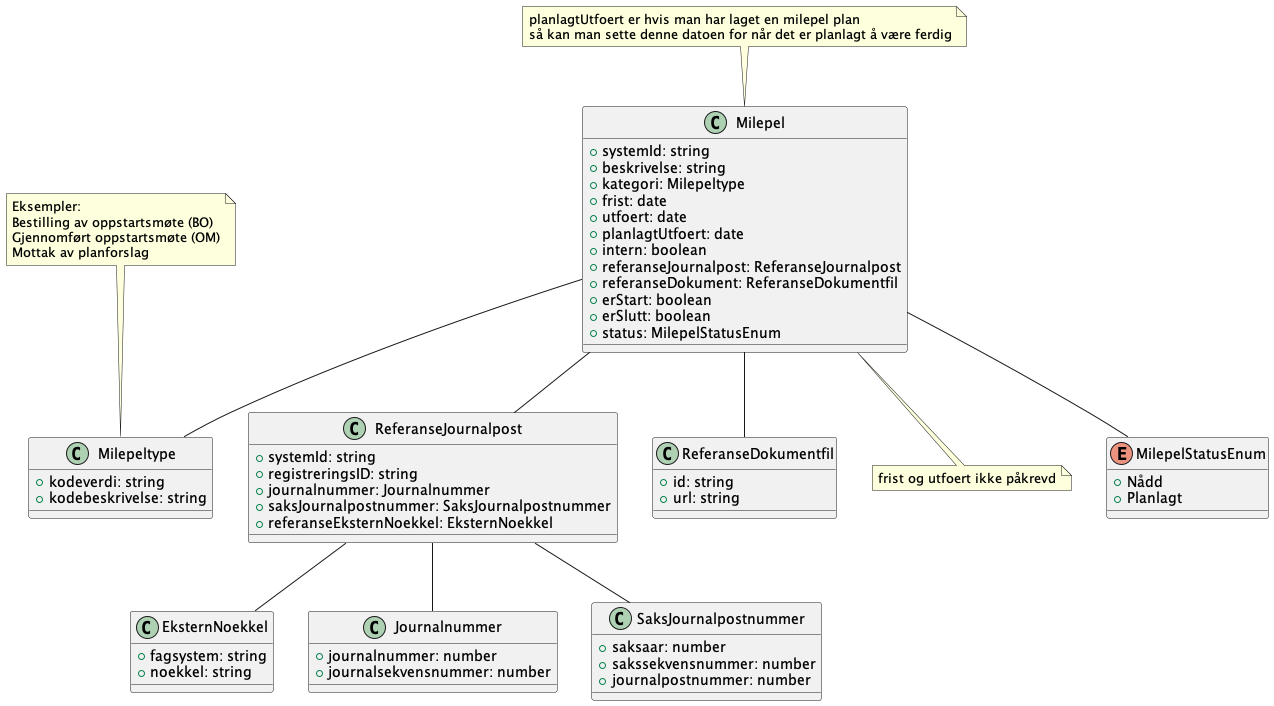
The PlantUML diagram Dokumentasjon/V1/ClassDiagrams/no.ks.fiks.saksfaser.v1.felles.milepel/classdiagram.png in ks-no/fiks-saksfaser-specification, before a commit.
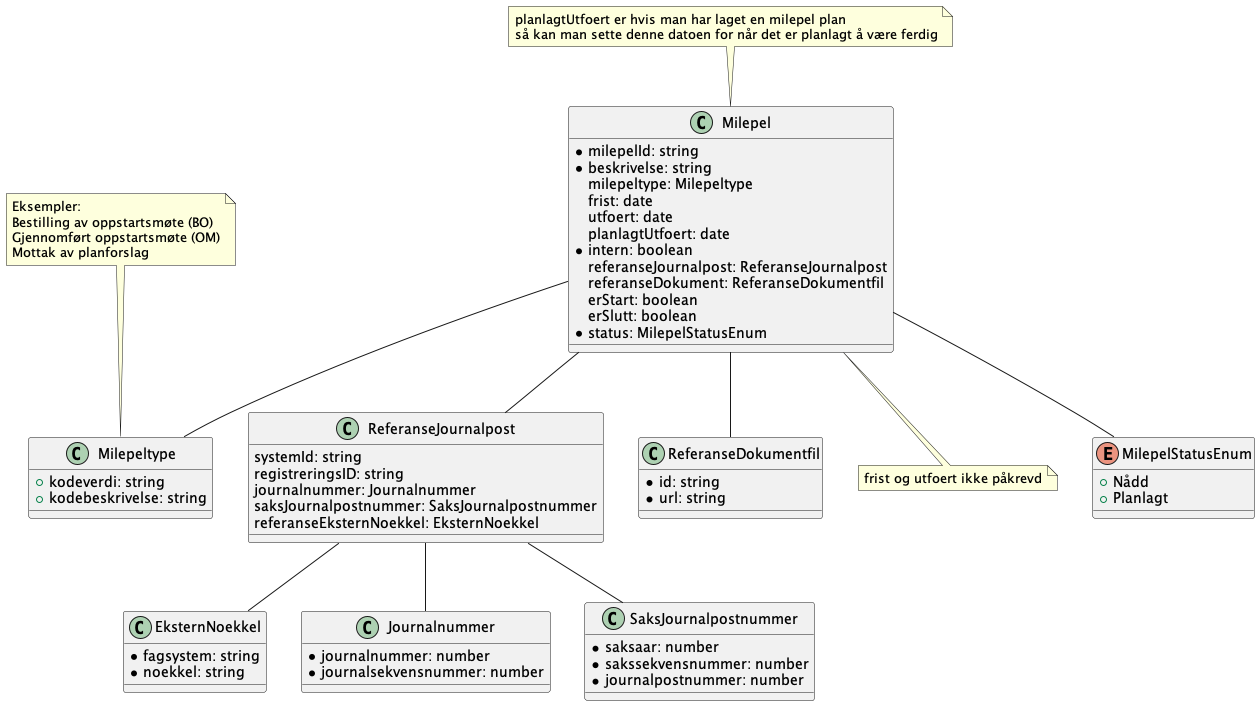
Later version of the same file.

What changed in the source:
```diff
@@ -7,18 +7,18 @@
 
 
 class Milepel {
-    +systemId: string
-    +beskrivelse: string
-    +kategori: Milepeltype
-    +frist: date
-    +utfoert: date
-    +planlagtUtfoert: date
-    +intern: boolean
-    +referanseJournalpost: ReferanseJournalpost
-    +referanseDokument: ReferanseDokumentfil
-    +erStart: boolean
-    +erSlutt: boolean
-    +status: MilepelStatusEnum
+    *milepelId: string
+    *beskrivelse: string
+    milepeltype: Milepeltype
+    frist: date
+    utfoert: date
+    planlagtUtfoert: date
+    *intern: boolean
+    referanseJournalpost: ReferanseJournalpost
+    referanseDokument: ReferanseDokumentfil
+    erStart: boolean
+    erSlutt: boolean
+    *status: MilepelStatusEnum
 }
 
 note top of Milepel : planlagtUtfoert er hvis man har laget en milepel plan \nså kan man sette denne datoen for når det er planlagt å være ferdig
```
